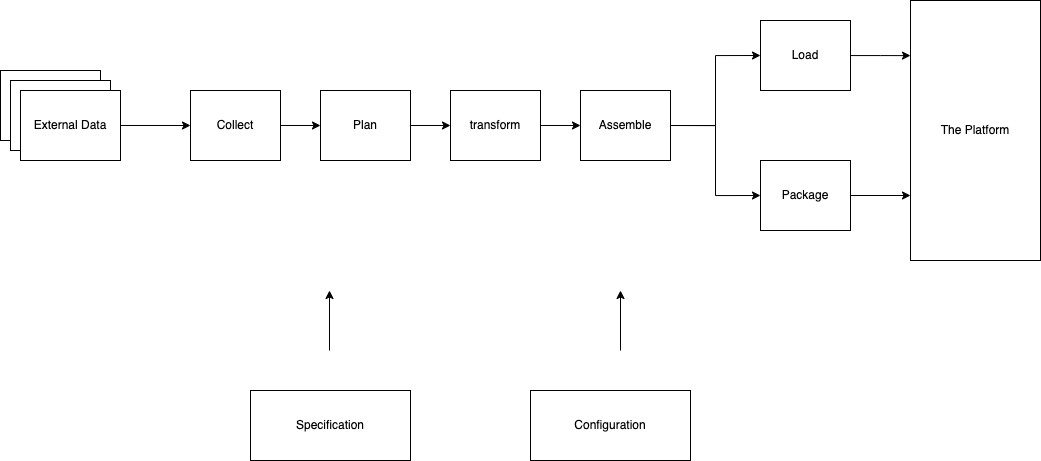
Before: images/data-collection-pipeline.drawio.png, a diagram exported from draw.io (digital-land/technical-documentation). Source tidied: cells renumbered, new cells last; positions are measured from the earlier drawing's top-left corner, leaving out a move shared by most shapes. The source it was exported from:
```xml
<mxGraphModel>
  <root>
    <mxCell id="0" />
    <mxCell id="1" parent="0" />
    <mxCell id="2" style="edgeStyle=orthogonalEdgeStyle;rounded=0;jettySize=auto;html=1;exitX=1;exitY=0.5;exitDx=0;exitDy=0;entryX=0;entryY=0.5;entryDx=0;entryDy=0;" parent="1" edge="1" source="3" target="5">
      <mxGeometry relative="1" as="geometry" />
    </mxCell>
    <mxCell id="3" value="Collect" style="rounded=0;whiteSpace=wrap;html=1;" parent="1" vertex="1">
      <mxGeometry x="190" y="90" width="90" height="70" as="geometry" />
    </mxCell>
    <mxCell id="4" style="edgeStyle=orthogonalEdgeStyle;rounded=0;jettySize=auto;html=1;exitX=1;exitY=0.5;exitDx=0;exitDy=0;entryX=0;entryY=0.5;entryDx=0;entryDy=0;" parent="1" edge="1" source="5" target="7">
      <mxGeometry relative="1" as="geometry" />
    </mxCell>
    <mxCell id="5" value="Plan" style="rounded=0;whiteSpace=wrap;html=1;" parent="1" vertex="1">
      <mxGeometry x="320" y="90" width="90" height="70" as="geometry" />
    </mxCell>
    <mxCell id="6" style="edgeStyle=orthogonalEdgeStyle;rounded=0;jettySize=auto;html=1;exitX=1;exitY=0.5;exitDx=0;exitDy=0;entryX=0;entryY=0.5;entryDx=0;entryDy=0;" parent="1" edge="1" source="7" target="10">
      <mxGeometry relative="1" as="geometry" />
    </mxCell>
    <mxCell id="7" value="transform" style="rounded=0;whiteSpace=wrap;html=1;" parent="1" vertex="1">
      <mxGeometry x="450" y="90" width="90" height="70" as="geometry" />
    </mxCell>
    <mxCell id="8" style="edgeStyle=orthogonalEdgeStyle;rounded=0;jettySize=auto;html=1;exitX=1;exitY=0.5;exitDx=0;exitDy=0;entryX=0;entryY=0.5;entryDx=0;entryDy=0;" parent="1" edge="1" source="10" target="12">
      <mxGeometry relative="1" as="geometry" />
    </mxCell>
    <mxCell id="9" style="edgeStyle=orthogonalEdgeStyle;rounded=0;jettySize=auto;html=1;exitX=1;exitY=0.5;exitDx=0;exitDy=0;entryX=0;entryY=0.5;entryDx=0;entryDy=0;" parent="1" edge="1" source="10" target="14">
      <mxGeometry relative="1" as="geometry" />
    </mxCell>
    <mxCell id="10" value="Assemble" style="rounded=0;whiteSpace=wrap;html=1;" parent="1" vertex="1">
      <mxGeometry x="580" y="90" width="90" height="70" as="geometry" />
    </mxCell>
    <mxCell id="11" style="edgeStyle=orthogonalEdgeStyle;rounded=0;jettySize=auto;html=1;entryX=0;entryY=0.212;entryDx=0;entryDy=0;entryPerimeter=0;" parent="1" edge="1" source="12" target="15">
      <mxGeometry relative="1" as="geometry" />
    </mxCell>
    <mxCell id="12" value="Load" style="rounded=0;whiteSpace=wrap;html=1;" parent="1" vertex="1">
      <mxGeometry x="760" y="20" width="90" height="70" as="geometry" />
    </mxCell>
    <mxCell id="13" style="edgeStyle=orthogonalEdgeStyle;rounded=0;jettySize=auto;html=1;exitX=1;exitY=0.5;exitDx=0;exitDy=0;entryX=0;entryY=0.75;entryDx=0;entryDy=0;" parent="1" edge="1" source="14" target="15">
      <mxGeometry relative="1" as="geometry" />
    </mxCell>
    <mxCell id="14" value="Package" style="rounded=0;whiteSpace=wrap;html=1;" parent="1" vertex="1">
      <mxGeometry x="760" y="160" width="90" height="70" as="geometry" />
    </mxCell>
    <mxCell id="15" value="The Platform" style="rounded=0;whiteSpace=wrap;html=1;" parent="1" vertex="1">
      <mxGeometry x="910" width="130" height="260" as="geometry" />
    </mxCell>
    <mxCell id="16" style="group;" parent="1" vertex="1">
      <mxGeometry y="70" width="120" height="90" as="geometry" />
    </mxCell>
    <mxCell id="17" value="External Data" style="rounded=0;whiteSpace=wrap;html=1;" parent="16" vertex="1">
      <mxGeometry width="100" height="70" as="geometry" />
    </mxCell>
    <mxCell id="18" value="External Data" style="rounded=0;whiteSpace=wrap;html=1;" parent="16" vertex="1">
      <mxGeometry x="10" y="10" width="100" height="70" as="geometry" />
    </mxCell>
    <mxCell id="19" value="External Data" style="rounded=0;whiteSpace=wrap;html=1;" parent="16" vertex="1">
      <mxGeometry x="20" y="20" width="100" height="70" as="geometry" />
    </mxCell>
    <mxCell id="20" style="edgeStyle=orthogonalEdgeStyle;rounded=0;jettySize=auto;html=1;exitX=1;exitY=0.5;exitDx=0;exitDy=0;entryX=0;entryY=0.5;entryDx=0;entryDy=0;" parent="1" edge="1" source="19" target="3">
      <mxGeometry relative="1" as="geometry" />
    </mxCell>
    <mxCell id="21" value="Specification" style="rounded=0;whiteSpace=wrap;html=1;" parent="1" vertex="1">
      <mxGeometry x="250" y="390" width="160" height="70" as="geometry" />
    </mxCell>
    <mxCell id="22" value="Configuration" style="rounded=0;whiteSpace=wrap;html=1;" parent="1" vertex="1">
      <mxGeometry x="530" y="390" width="160" height="70" as="geometry" />
    </mxCell>
    <mxCell id="23" style="endArrow=classic;html=1;rounded=0;" parent="1" edge="1">
      <mxGeometry relative="1" as="geometry">
        <mxPoint x="329" y="350" as="sourcePoint" />
        <mxPoint x="329" y="290" as="targetPoint" />
      </mxGeometry>
    </mxCell>
    <mxCell id="24" style="endArrow=classic;html=1;rounded=0;" parent="1" edge="1">
      <mxGeometry relative="1" as="geometry">
        <mxPoint x="620" y="350" as="sourcePoint" />
        <mxPoint x="620" y="290" as="targetPoint" />
      </mxGeometry>
    </mxCell>
  </root>
</mxGraphModel>
```
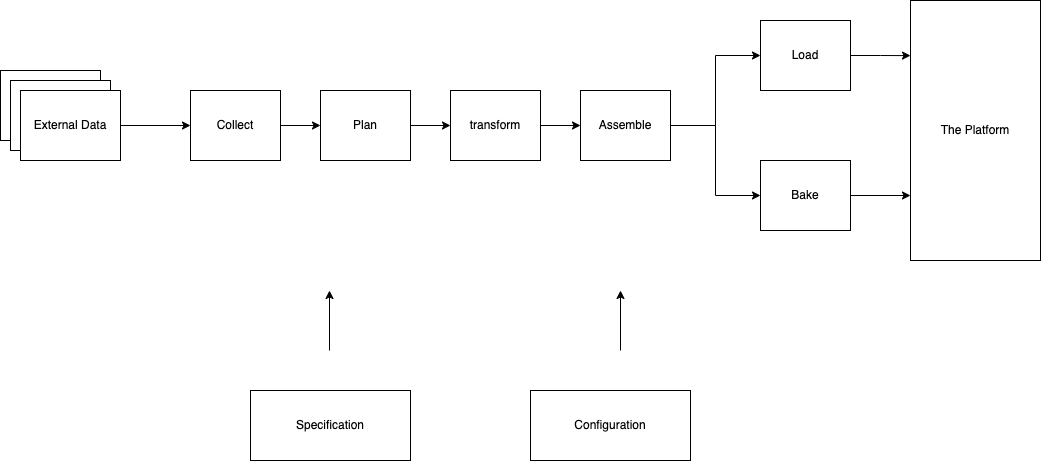
After the commit.

Commit message:
update name change for baking

Diff of the diagram source:
```diff
@@ -38,7 +38,7 @@
     <mxCell id="13" style="edgeStyle=orthogonalEdgeStyle;rounded=0;jettySize=auto;html=1;exitX=1;exitY=0.5;exitDx=0;exitDy=0;entryX=0;entryY=0.75;entryDx=0;entryDy=0;" parent="1" edge="1" source="14" target="15">
       <mxGeometry relative="1" as="geometry" />
     </mxCell>
-    <mxCell id="14" value="Package" style="rounded=0;whiteSpace=wrap;html=1;" parent="1" vertex="1">
+    <mxCell id="14" value="Bake" style="rounded=0;whiteSpace=wrap;html=1;" parent="1" vertex="1">
       <mxGeometry x="760" y="160" width="90" height="70" as="geometry" />
     </mxCell>
     <mxCell id="15" value="The Platform" style="rounded=0;whiteSpace=wrap;html=1;" parent="1" vertex="1">
```
